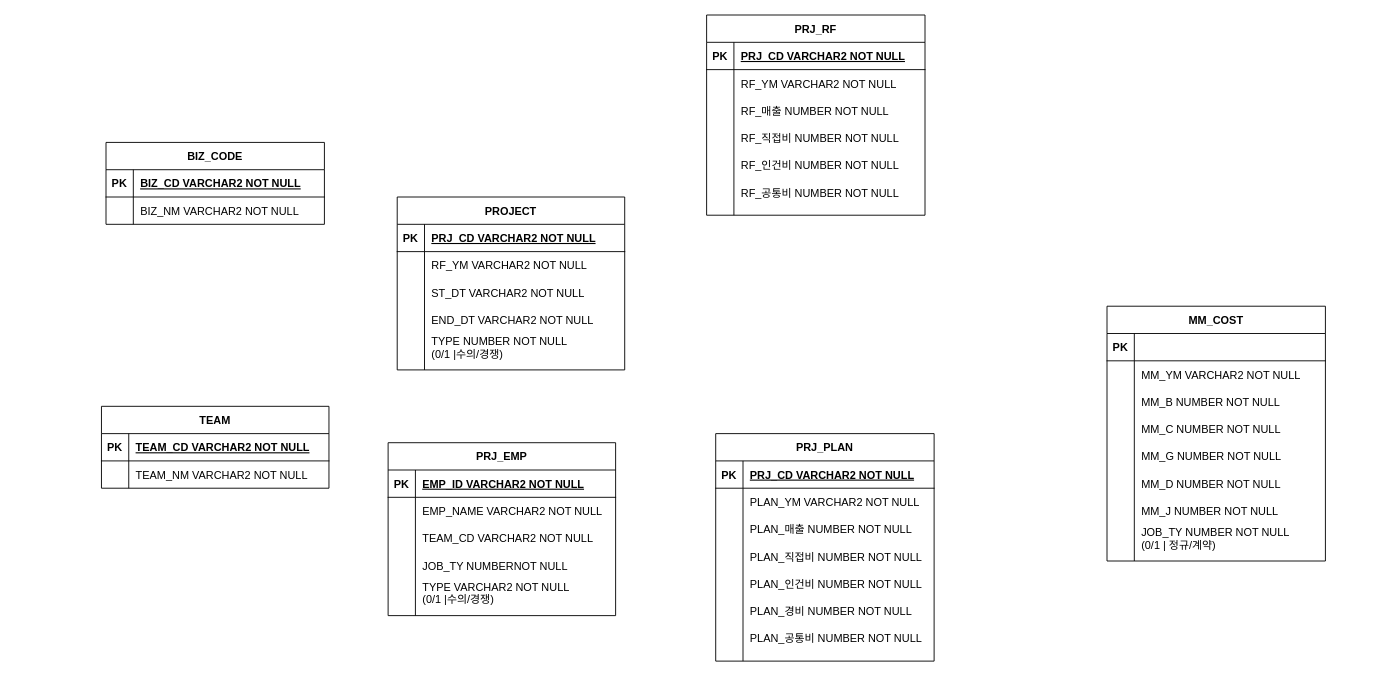
This is Untitled Diagram.drawio from wonjongah/wonjongah.github.io, a draw.io file, before an edit. Source tidied: cells renumbered, new cells numbered last; positions are measured from the earlier drawing's top-left corner, leaving out a move shared by most shapes. Both pictures are drawn from the tidied source at 91%, with x=0, y=0 at pixel (101, 15).
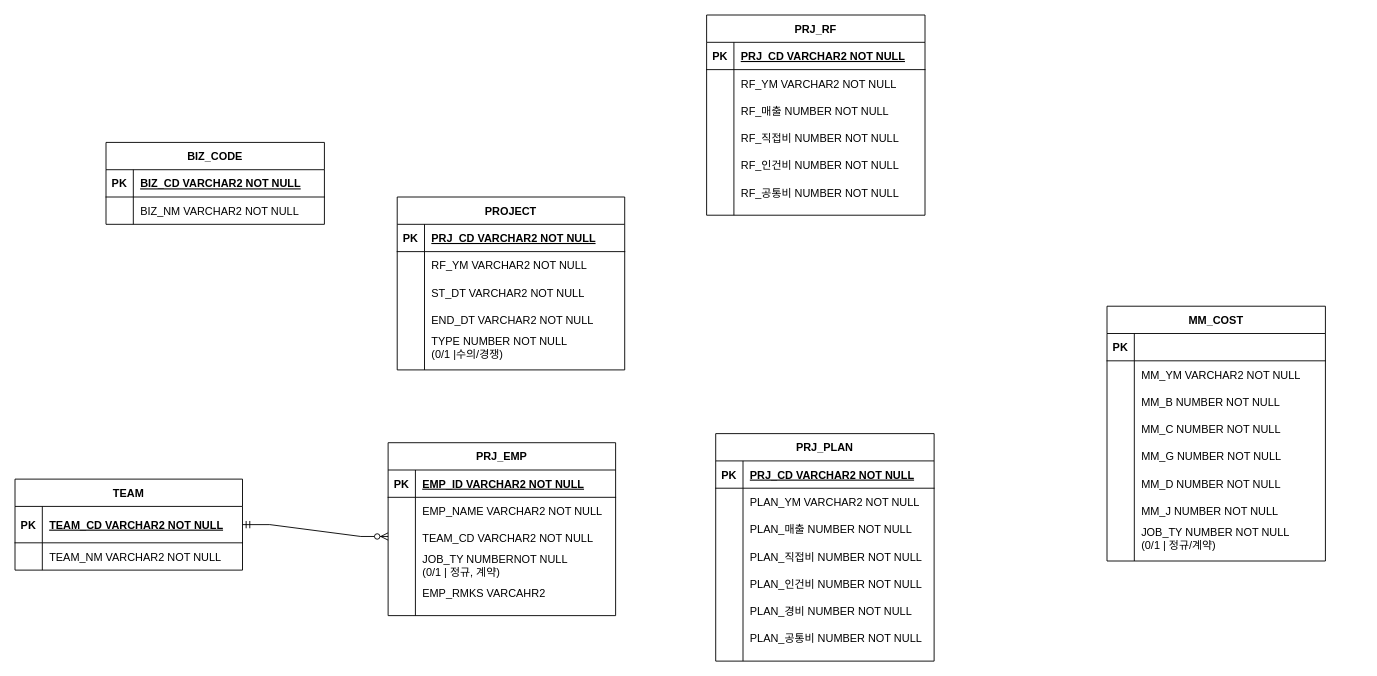
The same diagram, later.

Unchanged cells that the change refers to:
```xml
<mxCell id="77" style="shape=partialRectangle;fillColor=none;points=[[0,0.5],[1,0.5]];portConstraint=eastwest;top=0;left=0;right=0;bottom=0;" parent="73" vertex="1">
  <mxGeometry y="60" width="250" height="130" as="geometry" />
</mxCell>
```

Change to the diagram source:
```diff
@@
     <mxCell id="34" value="TEAM" style="shape=table;startSize=30;childLayout=tableLayout;rowLines=0;fontStyle=1;align=center;" parent="1" vertex="1">
-      <mxGeometry y="430" width="250" height="90" as="geometry" />
+      <mxGeometry x="-95" y="510" width="250" height="100" as="geometry" />
     </mxCell>
     <mxCell id="35" style="shape=partialRectangle;fillColor=none;points=[[0,0.5],[1,0.5]];portConstraint=eastwest;top=0;left=0;right=0;bottom=1;" parent="34" vertex="1">
-      <mxGeometry y="30" width="250" height="30" as="geometry" />
+      <mxGeometry y="30" width="250" height="40" as="geometry" />
     </mxCell>
     <mxCell id="36" value="PK" style="shape=partialRectangle;overflow=hidden;fillColor=none;top=0;left=0;bottom=0;right=0;fontStyle=1;" parent="35" vertex="1">
-      <mxGeometry width="30" height="30" as="geometry" />
+      <mxGeometry width="30" height="40" as="geometry" />
     </mxCell>
     <mxCell id="37" value="TEAM_CD VARCHAR2 NOT NULL" style="shape=partialRectangle;overflow=hidden;fillColor=none;top=0;left=0;bottom=0;right=0;align=left;spacingLeft=6;fontStyle=5;" parent="35" vertex="1">
-      <mxGeometry x="30" width="220" height="30" as="geometry" />
+      <mxGeometry x="30" width="220" height="40" as="geometry" />
     </mxCell>
     <mxCell id="38" style="shape=partialRectangle;fillColor=none;top=0;left=0;right=0;bottom=0;" parent="34" vertex="1">
-      <mxGeometry y="60" width="250" height="30" as="geometry" />
+      <mxGeometry y="70" width="250" height="30" as="geometry" />
     </mxCell>
@@
-    <mxCell id="82" value="JOB_TY NUMBERNOT NULL" style="shape=partialRectangle;overflow=hidden;fillColor=none;top=0;left=0;bottom=0;right=0;align=left;spacingLeft=6;" parent="1" vertex="1">
+    <mxCell id="82" value="JOB_TY NUMBERNOT NULL&#10;(0/1 | 정규, 계약)" style="shape=partialRectangle;overflow=hidden;fillColor=none;top=0;left=0;bottom=0;right=0;align=left;spacingLeft=6;" parent="1" vertex="1">
       <mxGeometry x="345" y="590" width="220" height="30" as="geometry" />
     </mxCell>
-    <mxCell id="83" value="TYPE VARCHAR2 NOT NULL&#10;(0/1 |수의/경쟁)" style="shape=partialRectangle;overflow=hidden;fillColor=none;top=0;left=0;bottom=0;right=0;align=left;spacingLeft=6;" parent="1" vertex="1">
+    <mxCell id="83" value="EMP_RMKS VARCAHR2 " style="shape=partialRectangle;overflow=hidden;fillColor=none;top=0;left=0;bottom=0;right=0;align=left;spacingLeft=6;" parent="1" vertex="1">
       <mxGeometry x="345" y="620" width="220" height="30" as="geometry" />
     </mxCell>
+    <mxCell id="84" style="edgeStyle=entityRelationEdgeStyle;fontSize=12;html=1;endArrow=ERzeroToMany;startArrow=ERmandOne;rounded=0;exitX=1;exitY=0.5;exitDx=0;exitDy=0;entryX=0;entryY=0.331;entryDx=0;entryDy=0;entryPerimeter=0;" parent="1" edge="1" source="35" target="77">
+      <mxGeometry relative="1" as="geometry" />
+    </mxCell>
```
